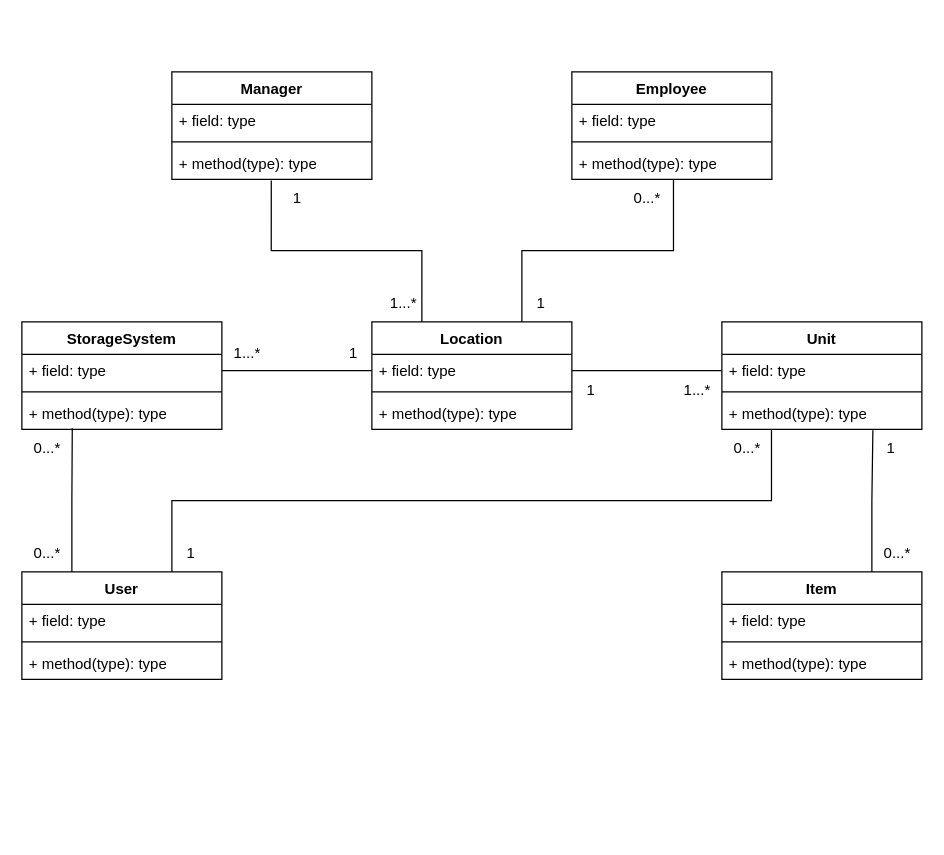
This is UML.drawio from DimeuWasTaken/SOA, a draw.io file, before an edit. Source tidied: cells renumbered, new cells numbered last; positions are measured from the earlier drawing's top-left corner, leaving out a move shared by most shapes. Both pictures are drawn from the tidied source at 125%, with x=0, y=0 at pixel (21, 71).
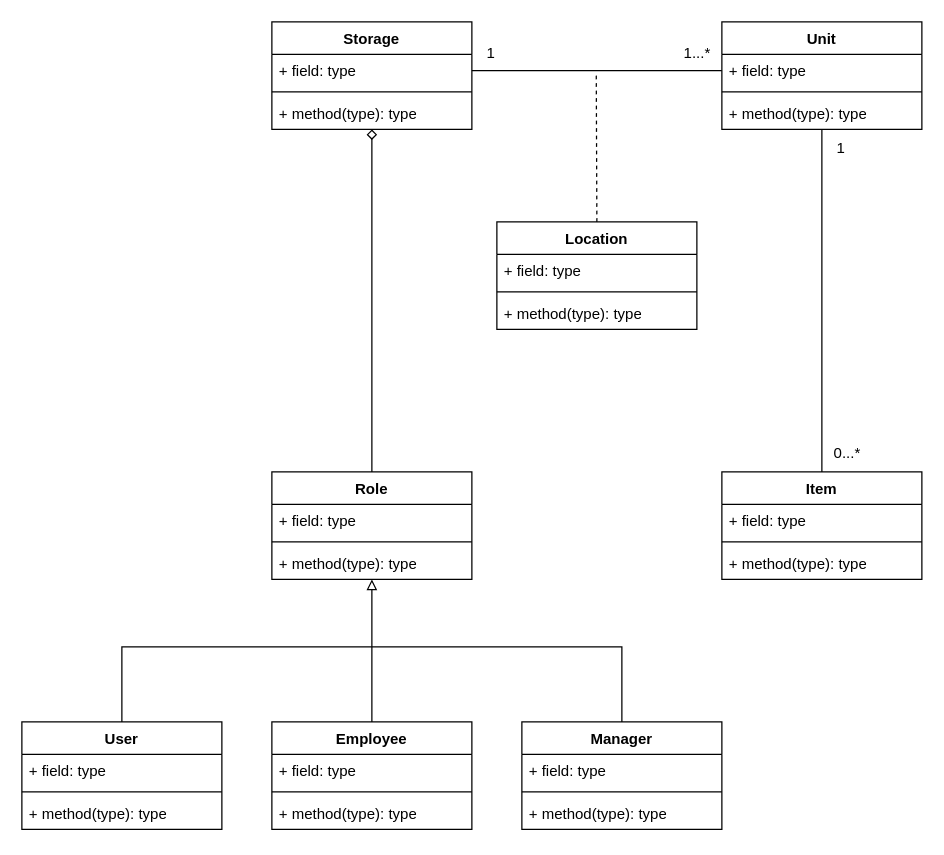
The same diagram, later.

Unchanged cells that the change refers to:
```xml
<mxCell id="3" value="+ field: type" style="text;strokeColor=none;fillColor=none;align=left;verticalAlign=top;spacingLeft=4;spacingRight=4;overflow=hidden;points=[[0,0.5],[1,0.5]];portConstraint=eastwest;whiteSpace=wrap;html=1;" parent="2" vertex="1">
  <mxGeometry y="26" width="160" height="26" as="geometry" />
</mxCell>
<mxCell id="12" value="+ field: type" style="text;strokeColor=none;fillColor=none;align=left;verticalAlign=top;spacingLeft=4;spacingRight=4;overflow=hidden;points=[[0,0.5],[1,0.5]];portConstraint=eastwest;whiteSpace=wrap;html=1;" parent="11" vertex="1">
  <mxGeometry y="26" width="160" height="26" as="geometry" />
</mxCell>
<mxCell id="14" value="+ method(type): type" style="text;strokeColor=none;fillColor=none;align=left;verticalAlign=top;spacingLeft=4;spacingRight=4;overflow=hidden;points=[[0,0.5],[1,0.5]];portConstraint=eastwest;whiteSpace=wrap;html=1;" parent="11" vertex="1">
  <mxGeometry y="60" width="160" height="26" as="geometry" />
</mxCell>
<mxCell id="18" value="+ method(type): type" style="text;strokeColor=none;fillColor=none;align=left;verticalAlign=top;spacingLeft=4;spacingRight=4;overflow=hidden;points=[[0,0.5],[1,0.5]];portConstraint=eastwest;whiteSpace=wrap;html=1;" parent="15" vertex="1">
  <mxGeometry y="60" width="160" height="26" as="geometry" />
</mxCell>
<mxCell id="22" value="+ method(type): type" style="text;strokeColor=none;fillColor=none;align=left;verticalAlign=top;spacingLeft=4;spacingRight=4;overflow=hidden;points=[[0,0.5],[1,0.5]];portConstraint=eastwest;whiteSpace=wrap;html=1;" parent="19" vertex="1">
  <mxGeometry y="60" width="160" height="26" as="geometry" />
</mxCell>
<mxCell id="31" value="+ field: type" style="text;strokeColor=none;fillColor=none;align=left;verticalAlign=top;spacingLeft=4;spacingRight=4;overflow=hidden;points=[[0,0.5],[1,0.5]];portConstraint=eastwest;whiteSpace=wrap;html=1;" parent="30" vertex="1">
  <mxGeometry y="26" width="160" height="26" as="geometry" />
</mxCell>
<mxCell id="33" value="+ method(type): type" style="text;strokeColor=none;fillColor=none;align=left;verticalAlign=top;spacingLeft=4;spacingRight=4;overflow=hidden;points=[[0,0.5],[1,0.5]];portConstraint=eastwest;whiteSpace=wrap;html=1;" parent="30" vertex="1">
  <mxGeometry y="60" width="160" height="26" as="geometry" />
</mxCell>
```

What changed in the source:
```diff
@@
+    <mxCell id="51" style="edgeStyle=orthogonalEdgeStyle;rounded=0;jettySize=auto;html=1;exitX=0.5;exitY=0;exitDx=0;exitDy=0;endArrow=none;endFill=0;dashed=1;" parent="1" edge="1" source="2">
+      <mxGeometry relative="1" as="geometry">
+        <mxPoint x="459.5" as="targetPoint" />
+      </mxGeometry>
+    </mxCell>
     <mxCell id="2" value="Location" style="swimlane;fontStyle=1;align=center;verticalAlign=top;horizontal=1;startSize=26;whiteSpace=wrap;html=1;" parent="1" vertex="1">
-      <mxGeometry x="280" y="200" width="160" height="86" as="geometry" />
+      <mxGeometry x="380" y="120" width="160" height="86" as="geometry" />
     </mxCell>
@@
+    <mxCell id="52" style="edgeStyle=orthogonalEdgeStyle;rounded=0;jettySize=auto;html=1;exitX=0.5;exitY=0;exitDx=0;exitDy=0;endArrow=none;endFill=0;" parent="1" edge="1" source="6">
+      <mxGeometry relative="1" as="geometry">
+        <mxPoint x="280" y="460" as="targetPoint" />
+        <Array as="points">
+          <mxPoint x="80" y="460" />
+        </Array>
+      </mxGeometry>
+    </mxCell>
     <mxCell id="6" value="User&lt;br&gt;" style="swimlane;fontStyle=1;align=center;verticalAlign=top;horizontal=1;startSize=26;whiteSpace=wrap;html=1;" parent="1" vertex="1">
-      <mxGeometry y="400" width="160" height="86" as="geometry" />
+      <mxGeometry y="520" width="160" height="86" as="geometry" />
     </mxCell>
@@
-    <mxCell id="10" value="0...*" style="text;html=1;align=center;verticalAlign=middle;strokeColor=none;fillColor=none;" parent="1" vertex="1">
-      <mxGeometry y="286" width="40" height="30" as="geometry" />
-    </mxCell>
+    <mxCell id="53" style="edgeStyle=orthogonalEdgeStyle;rounded=0;jettySize=auto;html=1;exitX=0.5;exitY=1;exitDx=0;exitDy=0;entryX=0.5;entryY=0;entryDx=0;entryDy=0;endArrow=none;endFill=0;" parent="1" edge="1" source="11" target="38">
+      <mxGeometry relative="1" as="geometry" />
+    </mxCell>
     <mxCell id="11" value="Unit" style="swimlane;fontStyle=1;align=center;verticalAlign=top;horizontal=1;startSize=26;whiteSpace=wrap;html=1;" parent="1" vertex="1">
-      <mxGeometry x="560" y="200" width="160" height="86" as="geometry" />
+      <mxGeometry x="560" y="-40" width="160" height="86" as="geometry" />
     </mxCell>
@@
+    <mxCell id="54" style="edgeStyle=orthogonalEdgeStyle;rounded=0;jettySize=auto;html=1;exitX=0.5;exitY=0;exitDx=0;exitDy=0;endArrow=none;endFill=0;" parent="1" edge="1" source="15">
+      <mxGeometry relative="1" as="geometry">
+        <mxPoint x="280" y="460" as="targetPoint" />
+        <Array as="points">
+          <mxPoint x="480" y="460" />
+        </Array>
+      </mxGeometry>
+    </mxCell>
     <mxCell id="15" value="Manager" style="swimlane;fontStyle=1;align=center;verticalAlign=top;horizontal=1;startSize=26;whiteSpace=wrap;html=1;" parent="1" vertex="1">
-      <mxGeometry x="120" width="160" height="86" as="geometry" />
+      <mxGeometry x="400" y="520" width="160" height="86" as="geometry" />
     </mxCell>
@@
+    <mxCell id="55" style="edgeStyle=orthogonalEdgeStyle;rounded=0;jettySize=auto;html=1;exitX=0.5;exitY=0;exitDx=0;exitDy=0;entryX=0.5;entryY=1;entryDx=0;entryDy=0;endArrow=block;endFill=0;" parent="1" edge="1" source="19" target="56">
+      <mxGeometry relative="1" as="geometry" />
+    </mxCell>
     <mxCell id="19" value="Employee" style="swimlane;fontStyle=1;align=center;verticalAlign=top;horizontal=1;startSize=26;whiteSpace=wrap;html=1;" parent="1" vertex="1">
-      <mxGeometry x="440" width="160" height="86" as="geometry" />
+      <mxGeometry x="200" y="520" width="160" height="86" as="geometry" />
     </mxCell>
@@
-    <mxCell id="23" value="1" style="text;html=1;align=center;verticalAlign=middle;strokeColor=none;fillColor=none;" parent="1" vertex="1">
-      <mxGeometry x="205" y="86" width="30" height="30" as="geometry" />
-    </mxCell>
-    <mxCell id="24" value="1...*" style="text;html=1;align=center;verticalAlign=middle;strokeColor=none;fillColor=none;" parent="1" vertex="1">
-      <mxGeometry x="285" y="170" width="40" height="30" as="geometry" />
-    </mxCell>
-    <mxCell id="25" value="0...*" style="text;html=1;align=center;verticalAlign=middle;strokeColor=none;fillColor=none;" parent="1" vertex="1">
-      <mxGeometry y="370" width="40" height="30" as="geometry" />
-    </mxCell>
-    <mxCell id="26" value="1" style="text;html=1;align=center;verticalAlign=middle;strokeColor=none;fillColor=none;" parent="1" vertex="1">
-      <mxGeometry x="400" y="170" width="30" height="30" as="geometry" />
-    </mxCell>
-    <mxCell id="27" value="0...*" style="text;html=1;align=center;verticalAlign=middle;strokeColor=none;fillColor=none;" parent="1" vertex="1">
-      <mxGeometry x="480" y="86" width="40" height="30" as="geometry" />
-    </mxCell>
     <mxCell id="28" value="1...*" style="text;html=1;align=center;verticalAlign=middle;strokeColor=none;fillColor=none;" parent="1" vertex="1">
-      <mxGeometry x="520" y="240" width="40" height="30" as="geometry" />
+      <mxGeometry x="520" y="-30" width="40" height="30" as="geometry" />
     </mxCell>
-    <mxCell id="29" value="1" style="text;html=1;align=center;verticalAlign=middle;strokeColor=none;fillColor=none;" parent="1" vertex="1">
-      <mxGeometry x="440" y="240" width="30" height="30" as="geometry" />
-    </mxCell>
-    <mxCell id="30" value="StorageSystem" style="swimlane;fontStyle=1;align=center;verticalAlign=top;horizontal=1;startSize=26;whiteSpace=wrap;html=1;" parent="1" vertex="1">
-      <mxGeometry y="200" width="160" height="86" as="geometry" />
+    <mxCell id="30" value="Storage" style="swimlane;fontStyle=1;align=center;verticalAlign=top;horizontal=1;startSize=26;whiteSpace=wrap;html=1;" parent="1" vertex="1">
+      <mxGeometry x="200" y="-40" width="160" height="86" as="geometry" />
     </mxCell>
@@
-    <mxCell id="34" value="1...*" style="text;html=1;align=center;verticalAlign=middle;strokeColor=none;fillColor=none;" parent="1" vertex="1">
-      <mxGeometry x="160" y="210" width="40" height="30" as="geometry" />
-    </mxCell>
     <mxCell id="35" value="1" style="text;html=1;align=center;verticalAlign=middle;strokeColor=none;fillColor=none;" parent="1" vertex="1">
-      <mxGeometry x="250" y="210" width="30" height="30" as="geometry" />
+      <mxGeometry x="360" y="-30" width="30" height="30" as="geometry" />
     </mxCell>
-    <mxCell id="36" style="edgeStyle=orthogonalEdgeStyle;rounded=0;jettySize=auto;html=1;exitX=0.497;exitY=1.031;exitDx=0;exitDy=0;entryX=0.25;entryY=0;entryDx=0;entryDy=0;endArrow=none;endFill=0;exitPerimeter=0;" parent="1" edge="1" source="18" target="2">
-      <mxGeometry relative="1" as="geometry" />
-    </mxCell>
-    <mxCell id="37" style="edgeStyle=orthogonalEdgeStyle;rounded=0;jettySize=auto;html=1;exitX=0.508;exitY=1;exitDx=0;exitDy=0;entryX=0.75;entryY=0;entryDx=0;entryDy=0;endArrow=none;endFill=0;exitPerimeter=0;" parent="1" edge="1" source="22" target="2">
-      <mxGeometry relative="1" as="geometry" />
-    </mxCell>
     <mxCell id="38" value="Item" style="swimlane;fontStyle=1;align=center;verticalAlign=top;horizontal=1;startSize=26;whiteSpace=wrap;html=1;" parent="1" vertex="1">
-      <mxGeometry x="560" y="400" width="160" height="86" as="geometry" />
+      <mxGeometry x="560" y="320" width="160" height="86" as="geometry" />
     </mxCell>
@@
     <mxCell id="42" value="0...*" style="text;html=1;align=center;verticalAlign=middle;strokeColor=none;fillColor=none;" parent="1" vertex="1">
-      <mxGeometry x="680" y="370" width="40" height="30" as="geometry" />
+      <mxGeometry x="640" y="290" width="40" height="30" as="geometry" />
     </mxCell>
     <mxCell id="43" value="1" style="text;html=1;align=center;verticalAlign=middle;strokeColor=none;fillColor=none;" parent="1" vertex="1">
-      <mxGeometry x="680" y="286" width="30" height="30" as="geometry" />
+      <mxGeometry x="640" y="46" width="30" height="30" as="geometry" />
     </mxCell>
-    <mxCell id="44" style="edgeStyle=orthogonalEdgeStyle;rounded=0;jettySize=auto;html=1;exitX=1;exitY=0.5;exitDx=0;exitDy=0;entryX=0;entryY=0.5;entryDx=0;entryDy=0;endArrow=none;endFill=0;" parent="1" edge="1" source="31" target="3">
-      <mxGeometry relative="1" as="geometry" />
-    </mxCell>
-    <mxCell id="45" value="0...*" style="text;html=1;align=center;verticalAlign=middle;strokeColor=none;fillColor=none;" parent="1" vertex="1">
-      <mxGeometry x="560" y="286" width="40" height="30" as="geometry" />
-    </mxCell>
-    <mxCell id="46" value="1" style="text;html=1;align=center;verticalAlign=middle;strokeColor=none;fillColor=none;" parent="1" vertex="1">
-      <mxGeometry x="120" y="370" width="30" height="30" as="geometry" />
-    </mxCell>
-    <mxCell id="47" style="edgeStyle=orthogonalEdgeStyle;rounded=0;jettySize=auto;html=1;exitX=0.75;exitY=0;exitDx=0;exitDy=0;entryX=0.755;entryY=1.027;entryDx=0;entryDy=0;entryPerimeter=0;endArrow=none;endFill=0;" parent="1" edge="1" source="38" target="14">
-      <mxGeometry relative="1" as="geometry" />
-    </mxCell>
-    <mxCell id="48" style="edgeStyle=orthogonalEdgeStyle;rounded=0;jettySize=auto;html=1;exitX=0.25;exitY=0;exitDx=0;exitDy=0;entryX=0.252;entryY=0.969;entryDx=0;entryDy=0;entryPerimeter=0;endArrow=none;endFill=0;" parent="1" edge="1" source="6" target="33">
-      <mxGeometry relative="1" as="geometry" />
-    </mxCell>
-    <mxCell id="49" style="edgeStyle=orthogonalEdgeStyle;rounded=0;jettySize=auto;html=1;exitX=0.75;exitY=0;exitDx=0;exitDy=0;entryX=0.248;entryY=1;entryDx=0;entryDy=0;entryPerimeter=0;endArrow=none;endFill=0;" parent="1" edge="1" source="6" target="14">
-      <mxGeometry relative="1" as="geometry" />
-    </mxCell>
-    <mxCell id="50" style="edgeStyle=orthogonalEdgeStyle;rounded=0;jettySize=auto;html=1;exitX=1;exitY=0.5;exitDx=0;exitDy=0;entryX=0;entryY=0.5;entryDx=0;entryDy=0;endArrow=none;endFill=0;" parent="1" edge="1" source="3" target="12">
+    <mxCell id="50" style="edgeStyle=orthogonalEdgeStyle;rounded=0;jettySize=auto;html=1;exitX=1;exitY=0.5;exitDx=0;exitDy=0;entryX=0;entryY=0.5;entryDx=0;entryDy=0;endArrow=none;endFill=0;" parent="1" edge="1" source="31" target="12">
       <mxGeometry relative="1" as="geometry" />
     </mxCell>
+    <mxCell id="56" value="Role" style="swimlane;fontStyle=1;align=center;verticalAlign=top;horizontal=1;startSize=26;whiteSpace=wrap;html=1;" parent="1" vertex="1">
+      <mxGeometry x="200" y="320" width="160" height="86" as="geometry" />
+    </mxCell>
+    <mxCell id="57" value="+ field: type" style="text;strokeColor=none;fillColor=none;align=left;verticalAlign=top;spacingLeft=4;spacingRight=4;overflow=hidden;whiteSpace=wrap;html=1;" parent="56" vertex="1">
+      <mxGeometry y="26" width="160" height="26" as="geometry" />
+    </mxCell>
+    <mxCell id="58" style="line;strokeWidth=1;fillColor=none;align=left;verticalAlign=middle;spacingTop=-1;spacingLeft=3;spacingRight=3;labelPosition=right;strokeColor=inherit;" parent="56" vertex="1">
+      <mxGeometry y="52" width="160" height="8" as="geometry" />
+    </mxCell>
+    <mxCell id="59" value="+ method(type): type" style="text;strokeColor=none;fillColor=none;align=left;verticalAlign=top;spacingLeft=4;spacingRight=4;overflow=hidden;whiteSpace=wrap;html=1;" parent="56" vertex="1">
+      <mxGeometry y="60" width="160" height="26" as="geometry" />
+    </mxCell>
+    <mxCell id="60" style="edgeStyle=orthogonalEdgeStyle;rounded=0;jettySize=auto;html=1;exitX=0.5;exitY=0;exitDx=0;exitDy=0;entryX=0.5;entryY=1;entryDx=0;entryDy=0;entryPerimeter=0;endArrow=diamond;endFill=0;" parent="1" edge="1" source="56" target="33">
+      <mxGeometry relative="1" as="geometry" />
+    </mxCell>
```
